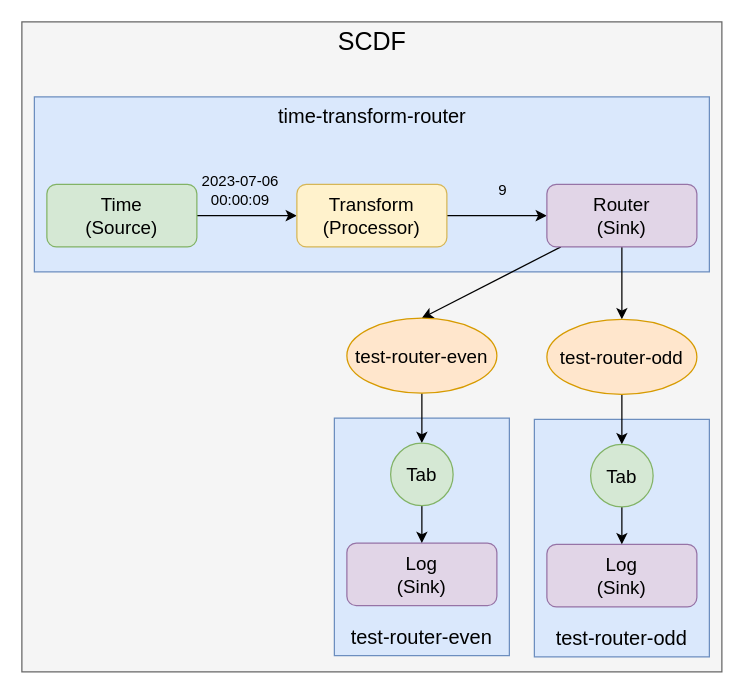
windowforsun/blog keeps this draw.io diagram as drawio/spring/scdf-spring-stream-application-transform-router-1.drawio. Above is the earlier version. Source tidied: cells renumbered, new cells numbered last; positions are measured from the earlier drawing's top-left corner, leaving out a move shared by most shapes. Both pictures are drawn from the tidied source at 125%, with x=0, y=0 at pixel (21, 21).
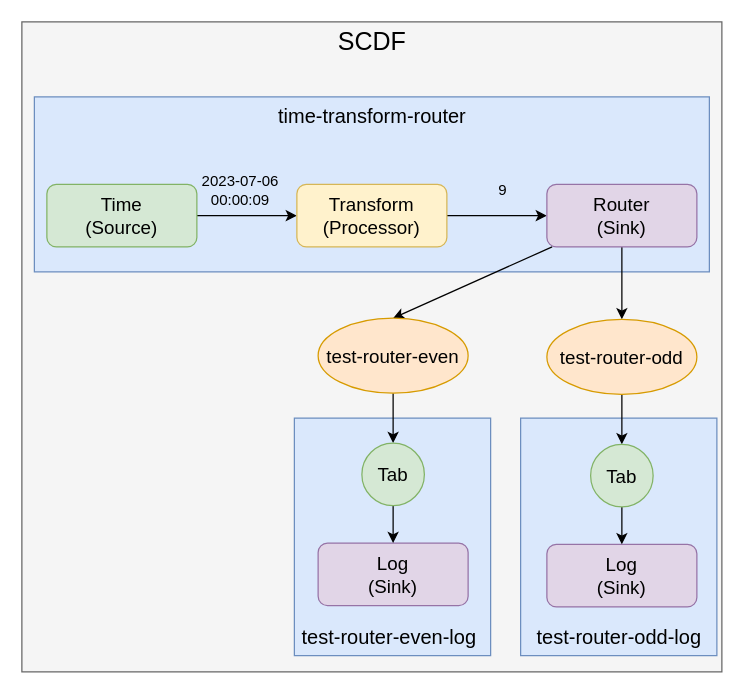
Above is the later version.

The edit, as a diff of the source:
```diff
@@
-    <mxCell id="3" style="rounded=0;whiteSpace=wrap;html=1;fillColor=#dae8fc;strokeColor=#6c8ebf;" parent="1" vertex="1">
-      <mxGeometry x="410" y="318" width="140" height="190" as="geometry" />
-    </mxCell>
-    <mxCell id="4" value="&lt;font style=&quot;font-size: 16px;&quot;&gt;test-router-odd&lt;/font&gt;" style="text;html=1;strokeColor=none;fillColor=none;align=center;verticalAlign=middle;whiteSpace=wrap;rounded=0;" parent="1" vertex="1">
-      <mxGeometry x="415" y="478" width="130" height="30" as="geometry" />
-    </mxCell>
+    <mxCell id="29" style="rounded=0;whiteSpace=wrap;html=1;fillColor=#dae8fc;strokeColor=#6c8ebf;" parent="1" vertex="1">
+      <mxGeometry x="399" y="317" width="157" height="190" as="geometry" />
+    </mxCell>
+    <mxCell id="30" value="&lt;font style=&quot;font-size: 16px;&quot;&gt;test-router-odd-log&lt;/font&gt;" style="text;html=1;strokeColor=none;fillColor=none;align=center;verticalAlign=middle;whiteSpace=wrap;rounded=0;" parent="1" vertex="1">
+      <mxGeometry x="401.5" y="477" width="152" height="30" as="geometry" />
+    </mxCell>
     <mxCell id="5" style="rounded=0;whiteSpace=wrap;html=1;fillColor=#dae8fc;strokeColor=#6c8ebf;" parent="1" vertex="1">
-      <mxGeometry x="250" y="317" width="140" height="190" as="geometry" />
+      <mxGeometry x="218" y="317" width="157" height="190" as="geometry" />
     </mxCell>
@@
     <mxCell id="17" value="&lt;font style=&quot;font-size: 15px;&quot;&gt;test-router-even&lt;/font&gt;" style="ellipse;whiteSpace=wrap;html=1;fillColor=#ffe6cc;strokeColor=#d79b00;" parent="1" vertex="1">
-      <mxGeometry x="260" y="237" width="120" height="60" as="geometry" />
+      <mxGeometry x="237" y="237" width="120" height="60" as="geometry" />
     </mxCell>
@@
     <mxCell id="21" value="&lt;font style=&quot;font-size: 15px;&quot;&gt;Log&lt;br&gt;(Sink)&lt;/font&gt;" style="rounded=1;whiteSpace=wrap;html=1;fillColor=#e1d5e7;strokeColor=#9673a6;" parent="1" vertex="1">
-      <mxGeometry x="260" y="417" width="120" height="50" as="geometry" />
+      <mxGeometry x="237" y="417" width="120" height="50" as="geometry" />
     </mxCell>
@@
     <mxCell id="24" value="&lt;font style=&quot;font-size: 15px;&quot;&gt;Tab&lt;/font&gt;" style="ellipse;whiteSpace=wrap;html=1;fillColor=#d5e8d4;strokeColor=#82b366;" parent="1" vertex="1">
-      <mxGeometry x="295" y="337" width="50" height="50" as="geometry" />
+      <mxGeometry x="272" y="337" width="50" height="50" as="geometry" />
     </mxCell>
@@
-    <mxCell id="27" value="&lt;font style=&quot;font-size: 16px;&quot;&gt;test-router-even&lt;/font&gt;" style="text;html=1;strokeColor=none;fillColor=none;align=center;verticalAlign=middle;whiteSpace=wrap;rounded=0;" parent="1" vertex="1">
-      <mxGeometry x="255" y="477" width="130" height="30" as="geometry" />
+    <mxCell id="27" value="&lt;font style=&quot;font-size: 16px;&quot;&gt;test-router-even-log&lt;/font&gt;" style="text;html=1;strokeColor=none;fillColor=none;align=center;verticalAlign=middle;whiteSpace=wrap;rounded=0;" parent="1" vertex="1">
+      <mxGeometry x="218" y="477" width="152" height="30" as="geometry" />
     </mxCell>
```
